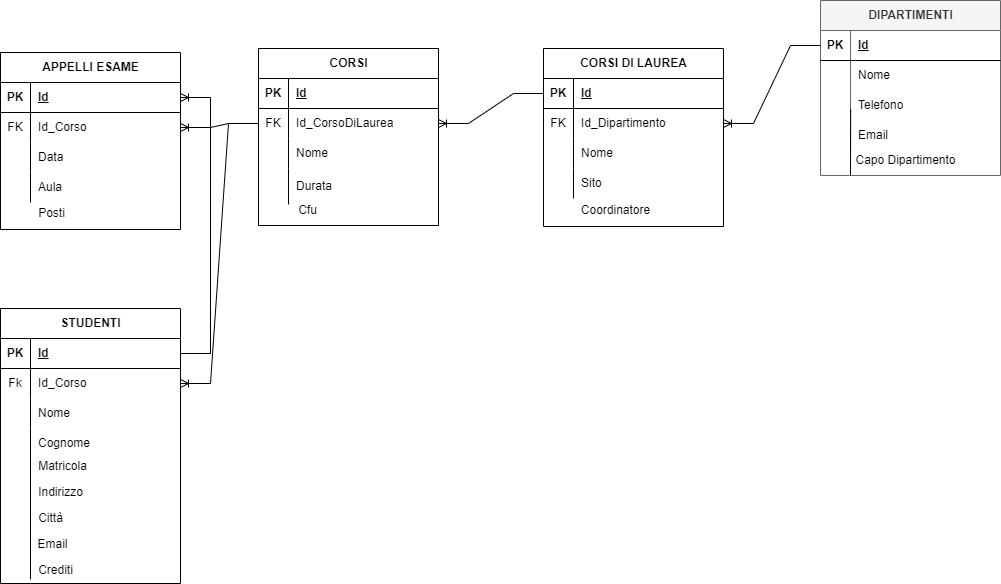
Earlier version of the draw.io export db-university.png (matteodilorenzo21/db-university). Source tidied: cells renumbered, new cells last; positions are measured from the earlier drawing's top-left corner, leaving out a move shared by most shapes.
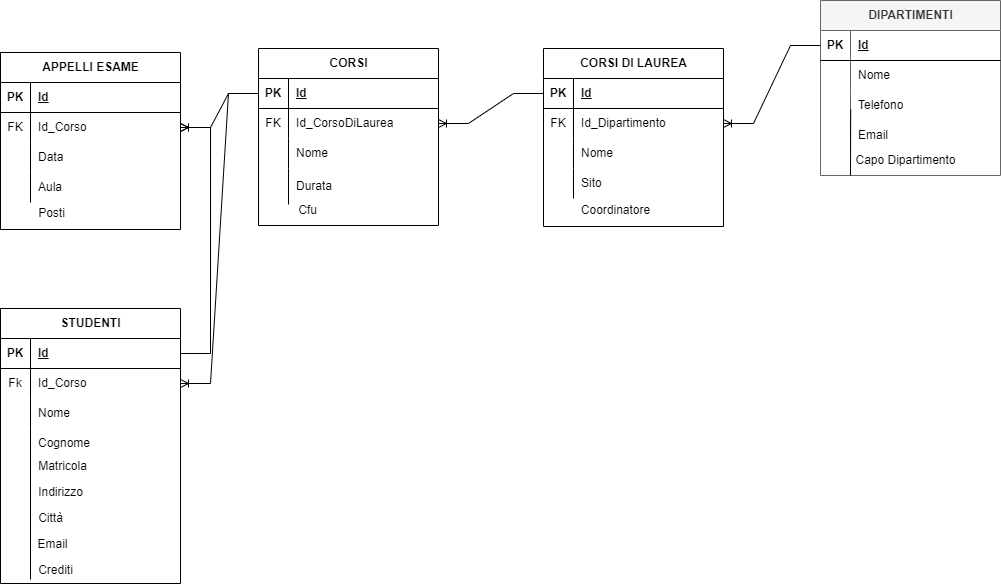
The same file after the commit.

The edit, as a diff of the source:
```diff
@@ -179,7 +179,7 @@
     <mxCell id="59" value="Aula" style="shape=partialRectangle;fillColor=none;top=0;left=0;bottom=0;right=0;align=left;spacingLeft=6;overflow=hidden;whiteSpace=wrap;html=1;" parent="57" vertex="1">
       <mxGeometry x="30" width="150" height="30" as="geometry" />
     </mxCell>
-    <mxCell id="60" style="edgeStyle=entityRelationEdgeStyle;fontSize=12;html=1;endArrow=ERoneToMany;rounded=0;exitX=0;exitY=0.5;exitDx=0;exitDy=0;entryX=1;entryY=0.5;entryDx=0;entryDy=0;" parent="1" edge="1" source="36" target="51">
+    <mxCell id="60" style="edgeStyle=entityRelationEdgeStyle;fontSize=12;html=1;endArrow=ERoneToMany;rounded=0;exitX=0;exitY=0.5;exitDx=0;exitDy=0;entryX=1;entryY=0.5;entryDx=0;entryDy=0;" parent="1" edge="1" source="33" target="51">
       <mxGeometry relative="1" as="geometry" />
     </mxCell>
     <mxCell id="61" value="Posti" style="text;html=1;align=center;verticalAlign=middle;strokeColor=none;fillColor=none;" parent="1" vertex="1">
@@ -224,7 +224,7 @@
     <mxCell id="74" value="Cognome" style="shape=partialRectangle;fillColor=none;top=0;left=0;bottom=0;right=0;align=left;spacingLeft=6;overflow=hidden;whiteSpace=wrap;html=1;" parent="72" vertex="1">
       <mxGeometry x="30" width="150" height="30" as="geometry" />
     </mxCell>
-    <mxCell id="75" style="edgeStyle=entityRelationEdgeStyle;fontSize=12;html=1;endArrow=ERoneToMany;rounded=0;exitX=0;exitY=0.5;exitDx=0;exitDy=0;entryX=1;entryY=0.5;entryDx=0;entryDy=0;" parent="1" edge="1" source="36" target="66">
+    <mxCell id="75" style="edgeStyle=entityRelationEdgeStyle;fontSize=12;html=1;endArrow=ERoneToMany;rounded=0;exitX=0;exitY=0.5;exitDx=0;exitDy=0;entryX=1;entryY=0.5;entryDx=0;entryDy=0;" parent="1" edge="1" source="33" target="66">
       <mxGeometry relative="1" as="geometry" />
     </mxCell>
     <mxCell id="76" value="Matricola" style="text;html=1;align=center;verticalAlign=middle;strokeColor=none;fillColor=none;" parent="1" vertex="1">
@@ -248,7 +248,7 @@
         <mxPoint x="289" y="457" as="targetPoint" />
       </mxGeometry>
     </mxCell>
-    <mxCell id="82" style="edgeStyle=entityRelationEdgeStyle;fontSize=12;html=1;endArrow=ERoneToMany;rounded=0;" parent="1" edge="1" source="63" target="48">
+    <mxCell id="82" style="edgeStyle=entityRelationEdgeStyle;fontSize=12;html=1;endArrow=ERoneToMany;rounded=0;entryX=1;entryY=0.5;entryDx=0;entryDy=0;" parent="1" edge="1" source="63" target="51">
       <mxGeometry relative="1" as="geometry">
         <Array as="points">
           <mxPoint x="132" y="191" />
```
